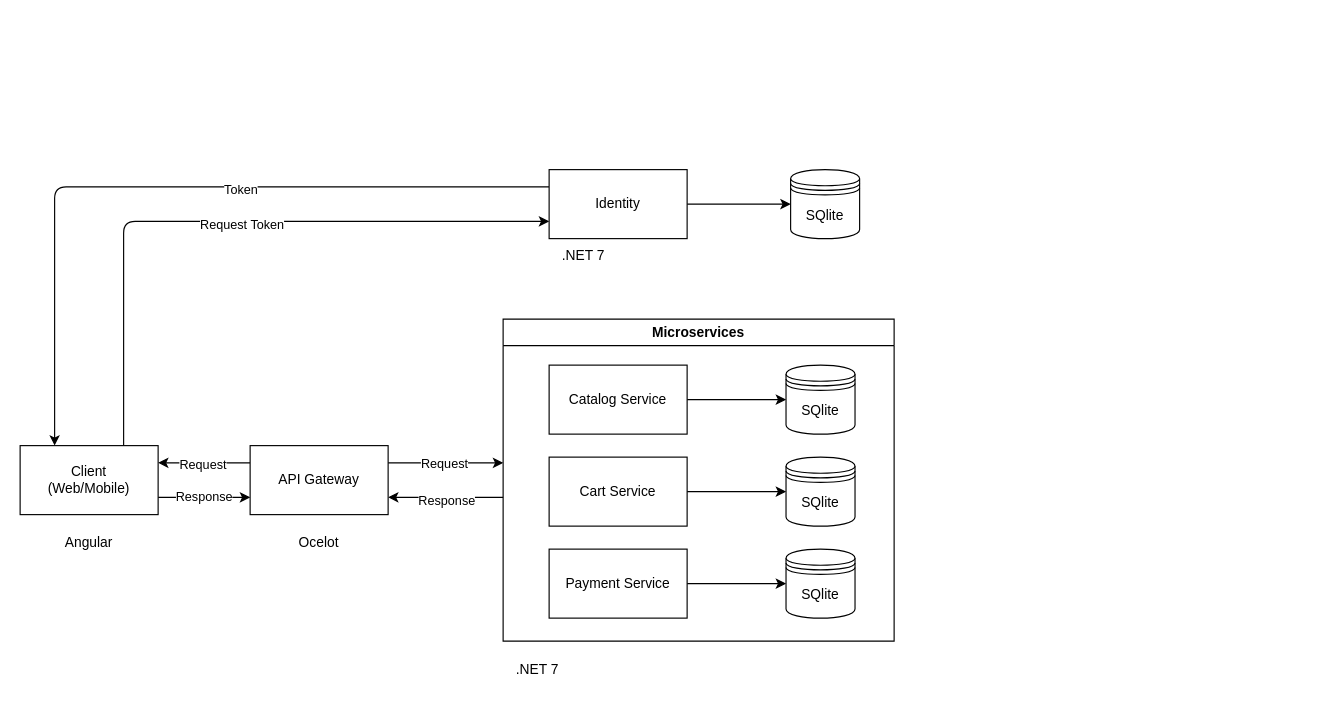
This is Documentation/architecture.drawio from ajbtolentino/mypro, a draw.io file, before an edit. Source tidied: cells renumbered, new cells numbered last; positions are measured from the earlier drawing's top-left corner, leaving out a move shared by most shapes. Both pictures are drawn from the tidied source at 115%, with x=0, y=0 at pixel (20, 169).
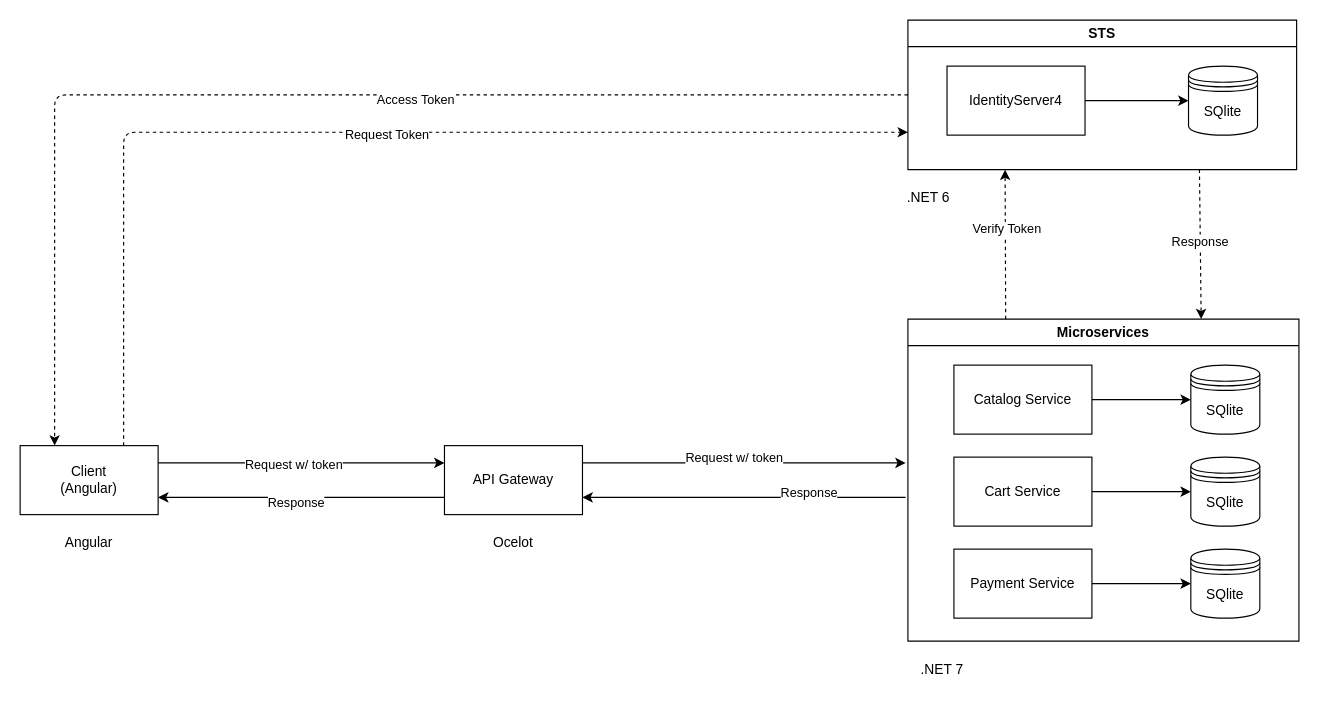
The same page after the edit.

Change to the diagram source:
```diff
@@
     <mxCell id="2" style="edgeStyle=none;html=1;entryX=1;entryY=0.75;entryDx=0;entryDy=0;" parent="1" edge="1" target="26">
       <mxGeometry relative="1" as="geometry">
-        <mxPoint x="420" y="285" as="sourcePoint" />
+        <mxPoint x="770" y="285" as="sourcePoint" />
       </mxGeometry>
     </mxCell>
     <mxCell id="3" value="Response" style="edgeLabel;html=1;align=center;verticalAlign=middle;" parent="2" vertex="1">
       <mxGeometry x="-0.32" y="2" relative="1" as="geometry">
-        <mxPoint x="-16" as="offset" />
+        <mxPoint x="11" y="-7" as="offset" />
       </mxGeometry>
     </mxCell>
+    <mxCell id="32" style="edgeStyle=none;html=1;exitX=0.25;exitY=0;exitDx=0;exitDy=0;entryX=0.25;entryY=1;entryDx=0;entryDy=0;dashed=1;" parent="1" edge="1" source="4" target="36">
+      <mxGeometry relative="1" as="geometry" />
+    </mxCell>
+    <mxCell id="33" value="Verify Token" style="edgeLabel;html=1;align=center;verticalAlign=middle;" parent="32" vertex="1">
+      <mxGeometry x="0.4" y="-1" relative="1" as="geometry">
+        <mxPoint y="13" as="offset" />
+      </mxGeometry>
+    </mxCell>
     <mxCell id="4" value="Microservices" style="swimlane;whiteSpace=wrap;html=1;" parent="1" vertex="1">
-      <mxGeometry x="420" y="130" width="340" height="280" as="geometry" />
+      <mxGeometry x="772" y="130" width="340" height="280" as="geometry" />
     </mxCell>
@@
-    <mxCell id="14" style="edgeStyle=orthogonalEdgeStyle;html=1;startArrow=none;startFill=0;" parent="1" edge="1" source="17" target="27">
-      <mxGeometry relative="1" as="geometry" />
-    </mxCell>
-    <mxCell id="15" style="edgeStyle=orthogonalEdgeStyle;html=1;exitX=0;exitY=0.25;exitDx=0;exitDy=0;entryX=0.25;entryY=0;entryDx=0;entryDy=0;" parent="1" edge="1" source="17" target="21">
+    <mxCell id="15" style="edgeStyle=orthogonalEdgeStyle;html=1;exitX=0;exitY=0.5;exitDx=0;exitDy=0;entryX=0.25;entryY=0;entryDx=0;entryDy=0;dashed=1;" parent="1" edge="1" source="36" target="21">
       <mxGeometry relative="1" as="geometry" />
     </mxCell>
-    <mxCell id="16" value="Token" style="edgeLabel;html=1;align=center;verticalAlign=middle;" parent="15" vertex="1">
+    <mxCell id="16" value="Access Token" style="edgeLabel;html=1;align=center;verticalAlign=middle;" parent="15" vertex="1">
       <mxGeometry x="-0.18" y="3" relative="1" as="geometry" />
     </mxCell>
-    <mxCell id="17" value="Identity" style="rounded=0;whiteSpace=wrap;html=1;" parent="1" vertex="1">
-      <mxGeometry x="460" width="120" height="60" as="geometry" />
-    </mxCell>
-    <mxCell id="18" value="Response" style="edgeStyle=orthogonalEdgeStyle;html=1;startArrow=none;startFill=0;exitX=1;exitY=0.75;exitDx=0;exitDy=0;entryX=0;entryY=0.75;entryDx=0;entryDy=0;" parent="1" edge="1" source="21" target="26">
-      <mxGeometry relative="1" as="geometry">
+    <mxCell id="18" value="Response" style="edgeStyle=orthogonalEdgeStyle;html=1;startArrow=classic;startFill=1;exitX=1;exitY=0.75;exitDx=0;exitDy=0;entryX=0;entryY=0.75;entryDx=0;entryDy=0;endArrow=none;endFill=0;" parent="1" edge="1" source="21" target="26">
+      <mxGeometry x="-0.04" y="-5" relative="1" as="geometry">
         <Array as="points">
           <mxPoint x="160" y="285" />
           <mxPoint x="160" y="285" />
         </Array>
       </mxGeometry>
     </mxCell>
-    <mxCell id="19" style="edgeStyle=orthogonalEdgeStyle;html=1;exitX=0.75;exitY=0;exitDx=0;exitDy=0;entryX=0;entryY=0.75;entryDx=0;entryDy=0;" parent="1" edge="1" source="21" target="17">
+    <mxCell id="19" style="edgeStyle=orthogonalEdgeStyle;html=1;exitX=0.75;exitY=0;exitDx=0;exitDy=0;entryX=0;entryY=0.75;entryDx=0;entryDy=0;dashed=1;" parent="1" edge="1" source="21" target="36">
       <mxGeometry relative="1" as="geometry" />
     </mxCell>
@@
-    <mxCell id="21" value="Client &lt;br&gt;(Web/Mobile)" style="rounded=0;whiteSpace=wrap;html=1;" parent="1" vertex="1">
+    <mxCell id="21" value="Client &lt;br&gt;(Angular)" style="rounded=0;whiteSpace=wrap;html=1;" parent="1" vertex="1">
       <mxGeometry y="240" width="120" height="60" as="geometry" />
     </mxCell>
     <mxCell id="22" style="edgeStyle=none;html=1;exitX=1;exitY=0.25;exitDx=0;exitDy=0;" parent="1" edge="1" source="26">
       <mxGeometry relative="1" as="geometry">
-        <mxPoint x="420" y="255" as="targetPoint" />
+        <mxPoint x="770" y="255" as="targetPoint" />
       </mxGeometry>
     </mxCell>
-    <mxCell id="23" value="Request" style="edgeLabel;html=1;align=center;verticalAlign=middle;" parent="22" vertex="1">
-      <mxGeometry x="-0.04" relative="1" as="geometry" />
+    <mxCell id="23" value="Request w/ token" style="edgeLabel;html=1;align=center;verticalAlign=middle;" parent="22" vertex="1">
+      <mxGeometry x="-0.04" relative="1" as="geometry">
+        <mxPoint x="-4" y="-5" as="offset" />
+      </mxGeometry>
     </mxCell>
-    <mxCell id="24" style="edgeStyle=none;html=1;entryX=1;entryY=0.25;entryDx=0;entryDy=0;exitX=0;exitY=0.25;exitDx=0;exitDy=0;" parent="1" edge="1" source="26" target="21">
+    <mxCell id="24" style="edgeStyle=none;html=1;entryX=1;entryY=0.25;entryDx=0;entryDy=0;exitX=0;exitY=0.25;exitDx=0;exitDy=0;startArrow=classic;startFill=1;endArrow=none;endFill=0;" parent="1" edge="1" source="26" target="21">
       <mxGeometry relative="1" as="geometry" />
     </mxCell>
-    <mxCell id="25" value="Request" style="edgeLabel;html=1;align=center;verticalAlign=middle;" parent="24" vertex="1">
+    <mxCell id="25" value="Request w/ token" style="edgeLabel;html=1;align=center;verticalAlign=middle;" parent="24" vertex="1">
       <mxGeometry x="0.06" y="1" relative="1" as="geometry" />
     </mxCell>
     <mxCell id="26" value="API Gateway" style="rounded=0;whiteSpace=wrap;html=1;" parent="1" vertex="1">
-      <mxGeometry x="200" y="240" width="120" height="60" as="geometry" />
+      <mxGeometry x="369" y="240" width="120" height="60" as="geometry" />
     </mxCell>
-    <mxCell id="27" value="SQlite" style="shape=datastore;whiteSpace=wrap;html=1;" parent="1" vertex="1">
-      <mxGeometry x="670" width="60" height="60" as="geometry" />
-    </mxCell>
@@
     <mxCell id="29" value="Ocelot" style="text;html=1;strokeColor=none;fillColor=none;align=center;verticalAlign=middle;whiteSpace=wrap;rounded=0;" parent="1" vertex="1">
-      <mxGeometry x="230" y="310" width="60" height="30" as="geometry" />
+      <mxGeometry x="399" y="310" width="60" height="30" as="geometry" />
     </mxCell>
+    <mxCell id="31" value=".NET 7" style="text;html=1;strokeColor=none;fillColor=none;align=center;verticalAlign=middle;whiteSpace=wrap;rounded=0;" parent="1" vertex="1">
+      <mxGeometry x="772" y="420" width="60" height="30" as="geometry" />
+    </mxCell>
+    <mxCell id="34" style="edgeStyle=none;html=1;exitX=0.75;exitY=1;exitDx=0;exitDy=0;entryX=0.75;entryY=0;entryDx=0;entryDy=0;dashed=1;" parent="1" edge="1" source="36" target="4">
+      <mxGeometry relative="1" as="geometry" />
+    </mxCell>
+    <mxCell id="35" value="Response" style="edgeLabel;html=1;align=center;verticalAlign=middle;" parent="34" vertex="1">
+      <mxGeometry x="-0.04" y="-1" relative="1" as="geometry" />
+    </mxCell>
+    <mxCell id="36" value="STS" style="swimlane;whiteSpace=wrap;html=1;" parent="1" vertex="1">
+      <mxGeometry x="772" y="-130" width="338" height="130" as="geometry" />
+    </mxCell>
+    <mxCell id="17" value="IdentityServer4" style="rounded=0;whiteSpace=wrap;html=1;" parent="36" vertex="1">
+      <mxGeometry x="34" y="40" width="120" height="60" as="geometry" />
+    </mxCell>
+    <mxCell id="27" value="SQlite" style="shape=datastore;whiteSpace=wrap;html=1;" parent="36" vertex="1">
+      <mxGeometry x="244" y="40" width="60" height="60" as="geometry" />
+    </mxCell>
+    <mxCell id="14" style="edgeStyle=orthogonalEdgeStyle;html=1;startArrow=none;startFill=0;" parent="36" edge="1" source="17" target="27">
+      <mxGeometry relative="1" as="geometry" />
+    </mxCell>
-    <mxCell id="30" value=".NET 7" style="text;html=1;strokeColor=none;fillColor=none;align=center;verticalAlign=middle;whiteSpace=wrap;rounded=0;" parent="1" vertex="1">
-      <mxGeometry x="460" y="60" width="60" height="30" as="geometry" />
+    <mxCell id="30" value=".NET 6" style="text;html=1;strokeColor=none;fillColor=none;align=center;verticalAlign=middle;whiteSpace=wrap;rounded=0;" parent="1" vertex="1">
+      <mxGeometry x="730" y="10" width="120" height="30" as="geometry" />
     </mxCell>
-    <mxCell id="31" value=".NET 7" style="text;html=1;strokeColor=none;fillColor=none;align=center;verticalAlign=middle;whiteSpace=wrap;rounded=0;" parent="1" vertex="1">
-      <mxGeometry x="420" y="420" width="60" height="30" as="geometry" />
-    </mxCell>
```
